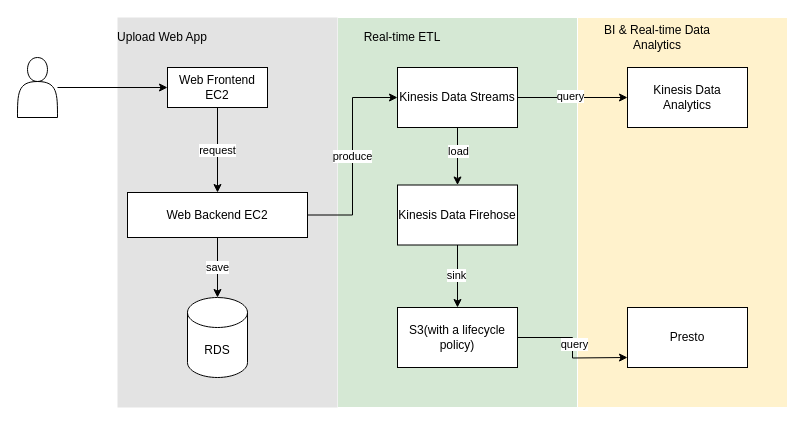
Earlier version of the draw.io diagram section_3/section3_arch.drawio (wgan008/DSAID_DE_test). Source tidied: cells renumbered, new cells numbered last; positions are measured from the earlier drawing's top-left corner, leaving out a move shared by most shapes. Both pictures are drawn from the tidied source at 100%, with x=0, y=0 at pixel (17, 17).
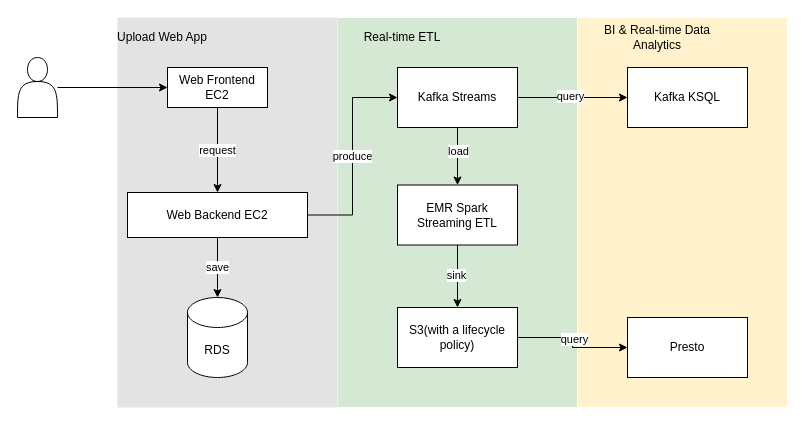
After the change.

Commit message (it also covers changes not shown here):
add section1 script and update sec3 arch

Unchanged cells that the change refers to:
```xml
<mxCell id="24" value="S3(with a lifecycle policy)" style="rounded=0;whiteSpace=wrap;html=1;" parent="1" vertex="1">
  <mxGeometry x="380" y="290" width="120" height="60" as="geometry" />
</mxCell>
```

Change to the diagram source:
```diff
@@
-    <mxCell id="18" value="Kinesis Data Streams" style="rounded=0;whiteSpace=wrap;html=1;" parent="1" vertex="1">
+    <mxCell id="18" value="Kafka Streams" style="rounded=0;whiteSpace=wrap;html=1;" parent="1" vertex="1">
       <mxGeometry x="380" y="50" width="120" height="60" as="geometry" />
     </mxCell>
@@
-    <mxCell id="21" value="Kinesis Data Firehose" style="rounded=0;whiteSpace=wrap;html=1;" parent="1" vertex="1">
+    <mxCell id="21" value="EMR Spark Streaming ETL" style="rounded=0;whiteSpace=wrap;html=1;" parent="1" vertex="1">
       <mxGeometry x="380" y="167.5" width="120" height="60" as="geometry" />
     </mxCell>
-    <mxCell id="22" style="edgeStyle=orthogonalEdgeStyle;rounded=0;jettySize=auto;html=1;" parent="1" edge="1" source="24">
-      <mxGeometry relative="1" as="geometry">
-        <mxPoint x="610" y="340" as="targetPoint" />
-      </mxGeometry>
+    <mxCell id="22" style="edgeStyle=orthogonalEdgeStyle;rounded=0;jettySize=auto;html=1;entryX=0;entryY=0.5;entryDx=0;entryDy=0;" parent="1" edge="1" source="24" target="25">
+      <mxGeometry relative="1" as="geometry" />
     </mxCell>
@@
     <mxCell id="25" value="Presto" style="rounded=0;whiteSpace=wrap;html=1;" parent="1" vertex="1">
-      <mxGeometry x="610" y="290" width="120" height="60" as="geometry" />
+      <mxGeometry x="610" y="300" width="120" height="60" as="geometry" />
     </mxCell>
-    <mxCell id="26" value="Kinesis Data Analytics" style="rounded=0;whiteSpace=wrap;html=1;" parent="1" vertex="1">
+    <mxCell id="26" value="Kafka KSQL" style="rounded=0;whiteSpace=wrap;html=1;" parent="1" vertex="1">
       <mxGeometry x="610" y="50" width="120" height="60" as="geometry" />
     </mxCell>
```
